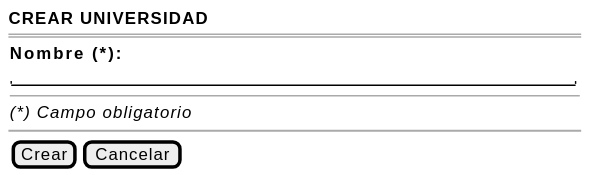
Before: images/RUP/01-requisitos/03-detalle-casos-uso/crearUniversidad/wireframe.svg, a diagram exported from PlantUML (mmasias/pyCeldaPublico).
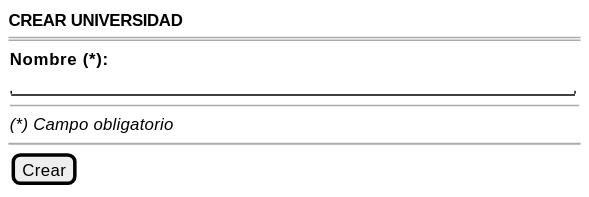
Later version of the same file.

Change to the diagram source:
```diff
@@ -9,6 +9,6 @@
         <i>(*) Campo obligatorio</i>
     }
     ~~
-    {[Crear] | [Cancelar]}
+    {[Crear]}
 }
 @endsalt
```
